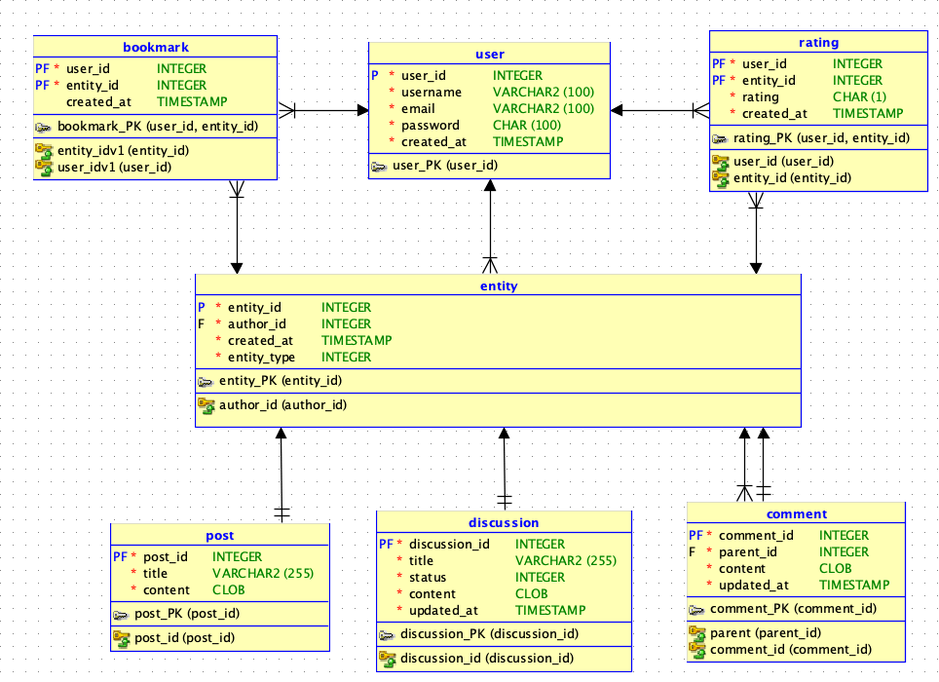
JakobHuemer/3ahitm-medtwt-sommersemesterproject-circuitforge keeps this PlantUML diagram as documentation/datamodel/datamodel.png. Above is the earlier version. Its source is kept beside it as documentation/datamodel/datamodel.puml. Its diagram source:
```plantuml
@startuml

@startuml
entity entity {
  * entity_id: BIGINT <<PK>>
  --
  * author_id: BIGINT <<FK>>
  --
  * entity_type: ENUM
  * created_at: TIMESTAMP
}

entity post {
  * post_id: BIGINT <<PK, FK>>
  --
  * title: VARCHAR(255)
  * content: TEXT
  * author_id: BIGINT
  * updated_at: TIMESTAMP
}

entity discussion {
  * discussion_id: BIGINT <<PK, FK>>
  --
  * title: VARCHAR(255)
  * status: ENUM
  * content: TEXT
  * updated_at: TIMESTAMP <<default: now()>>
}

entity comment {
  * comment_id: BIGINT <<PK, FK>>
  --
  * content: TEXT
  * parent: BIGINT <<FK>>
  * updated_at: TIMESTAMP <<default: now()>>
}

entity rating {
  * entity_id <<PK, FK>>
  * user_id <<PK, FK>>
  --
  * rating: BOOLEAN
  * created_at: TIMESTAMP <<default: now()>>
}

entity bookmark {
  * entity_id <<PK, FK>>
  * user_id <<PK, FK>> <<constraint: entity_type = 'post' or entity_type = 'discussion'>>
  --
  * created_at: TIMESTAMP <<default: now()>>
}

entity user {
  * user_id: BIGINT <<PK>>
  --
  * username: VARCHAR(255) <<not null>>
  * email: VARCHAR(255) <<not null>>
  * password: VARCHAR(255) <<not null>>
  * created_at: TIMESTAMP <<default: now()>>
}

entity ||--o| post : is
entity ||--o| discussion : is
entity ||--o| comment : is
entity ||--o{ bookmark : references
entity ||--o{ rating : has
entity }o--|| user : publishes
entity ||--|| comment : references

rating }o--|| user : rates
bookmark }o--|| user : references

@enduml
```
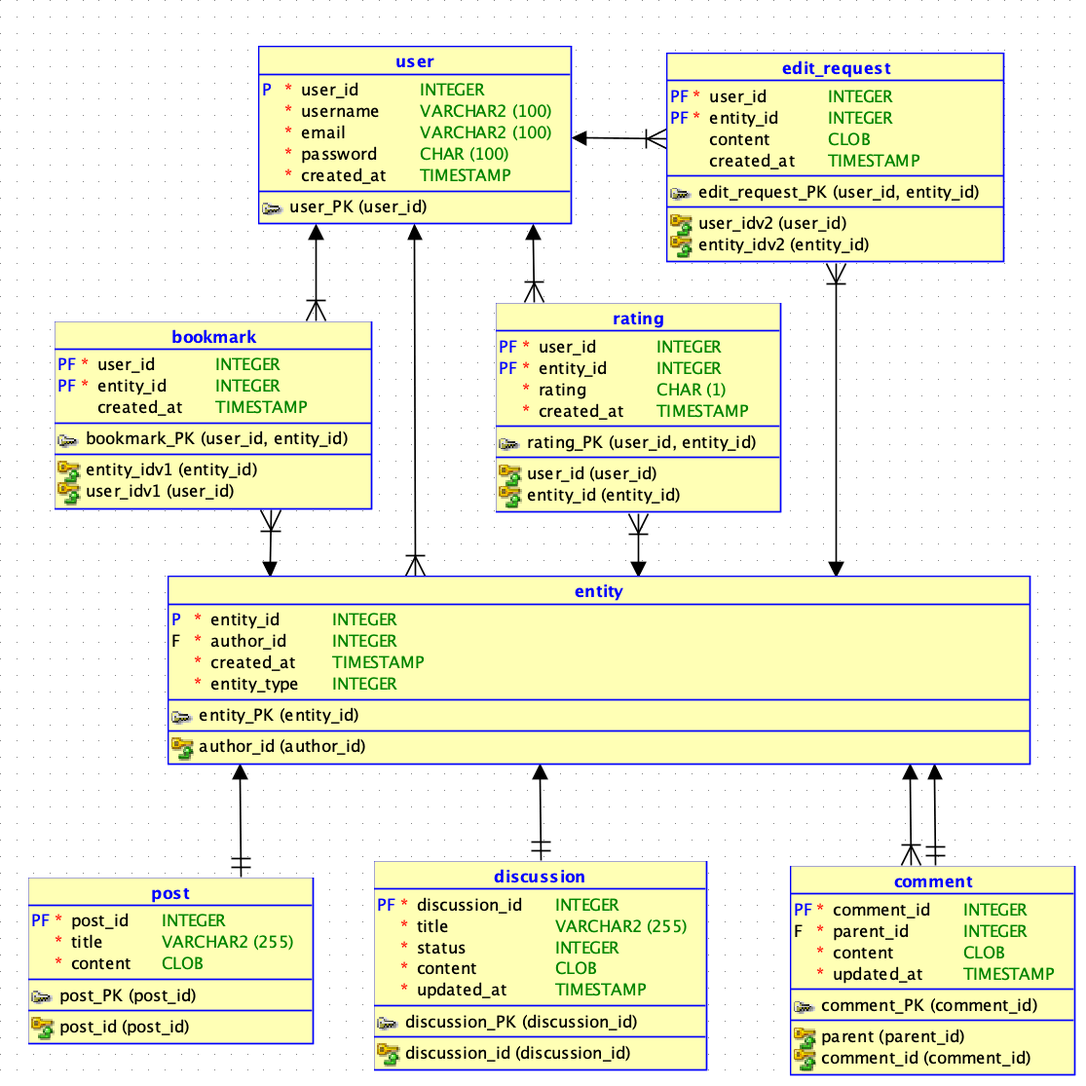
Later version of the same file.

The edit, as a diff of the source:
```diff
@@ -60,6 +60,16 @@
   * created_at: TIMESTAMP <<default: now()>>
 }
 
+
+entity edit_request {
+  * edit_id: BIGINT <<PK>>
+  * user_id: BIGINT <<PK>>
+  --
+  * content: TEXT
+  * created_at: TIMESTAMP
+}
+
+
 entity ||--o| post : is
 entity ||--o| discussion : is
 entity ||--o| comment : is
@@ -68,6 +78,9 @@
 entity }o--|| user : publishes
 entity ||--|| comment : references
 
+edit_request }o--|| entity : edit_request
+edit_request }o--|| user : requests
+
 rating }o--|| user : rates
 bookmark }o--|| user : references
 
```
